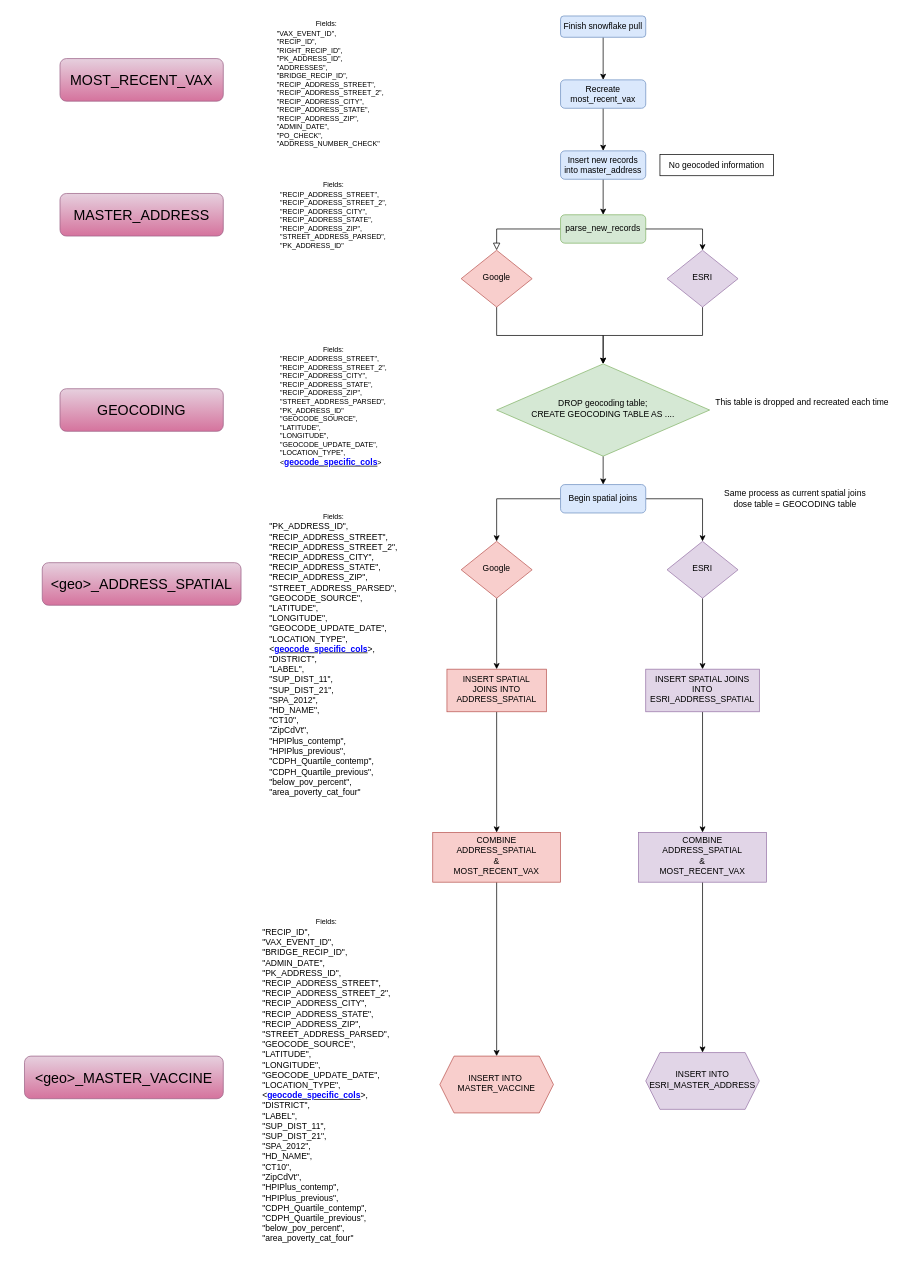
This is new_addy_diagram.drawio from Primordial-Haggis/LA_county_vax_etl_workflow, a draw.io file, before an edit. Source tidied: cells renumbered, new cells numbered last; positions are measured from the earlier drawing's top-left corner, leaving out a move shared by most shapes. Both pictures are drawn from the tidied source at 71%, with x=0, y=0 at pixel (24, 12).
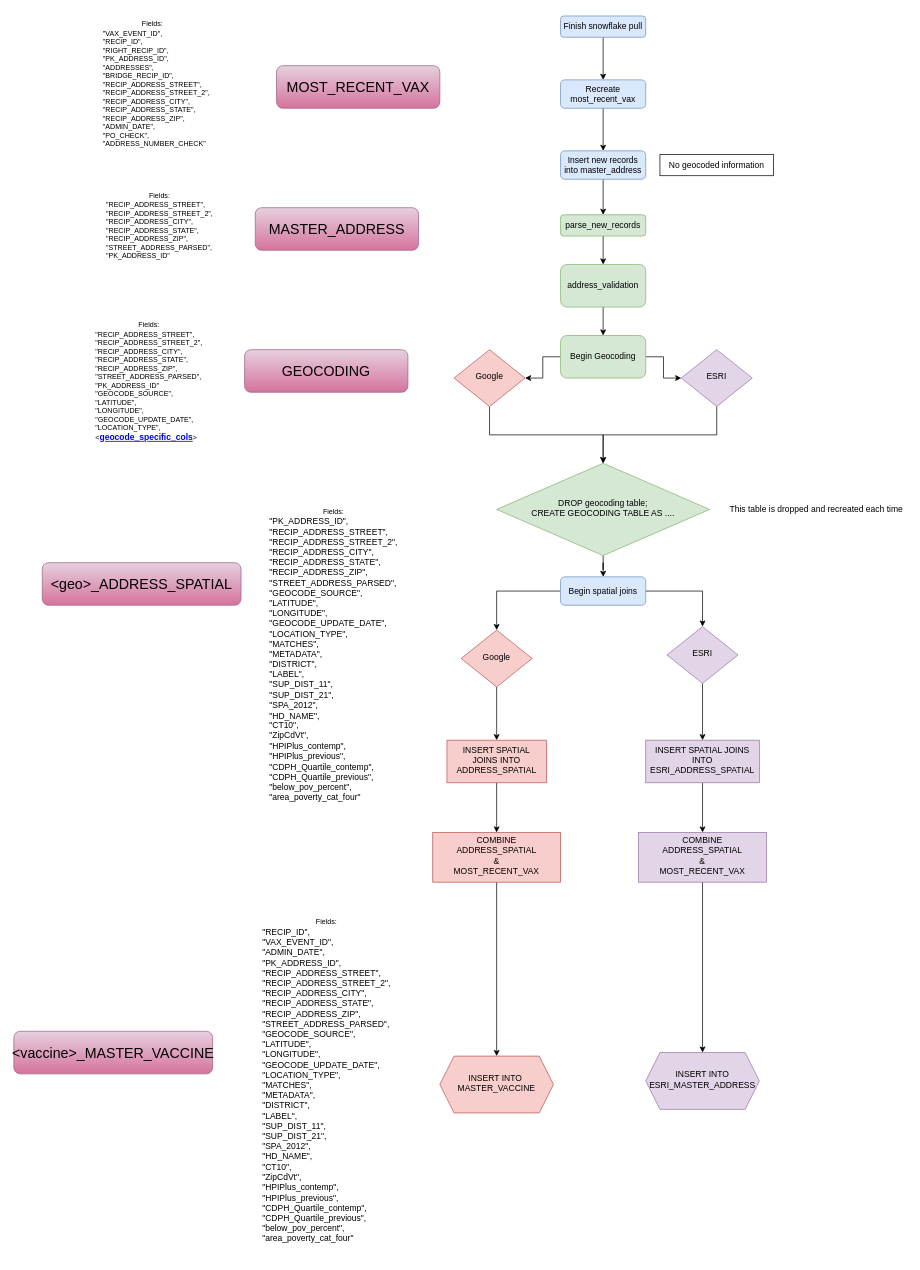
Above is the later version.

The edit, as a diff of the source:
```diff
@@
-    <mxCell id="2" style="rounded=0;html=1;jettySize=auto;fontSize=11;endArrow=block;endFill=0;endSize=8;strokeWidth=1;shadow=0;labelBackgroundColor=none;edgeStyle=orthogonalEdgeStyle;" parent="1" edge="1" source="3" target="5">
-      <mxGeometry relative="1" as="geometry" />
-    </mxCell>
+    <mxCell id="47" style="edgeStyle=orthogonalEdgeStyle;rounded=0;jettySize=auto;html=1;" parent="1" edge="1" source="3" target="49">
+      <mxGeometry relative="1" as="geometry" />
+    </mxCell>
     <mxCell id="3" value="parse_new_records" style="rounded=1;whiteSpace=wrap;html=1;fontSize=12;glass=0;strokeWidth=1;shadow=0;fillColor=#d5e8d4;strokeColor=#82b366;" parent="1" vertex="1">
-      <mxGeometry x="755" y="285" width="120" height="40" as="geometry" />
+      <mxGeometry x="755" y="285" width="120" height="30" as="geometry" />
     </mxCell>
@@
     <mxCell id="5" value="Google" style="rhombus;whiteSpace=wrap;html=1;shadow=0;fontFamily=Helvetica;fontSize=12;align=center;strokeWidth=1;spacing=6;spacingTop=-4;fillColor=#f8cecc;strokeColor=#b85450;" parent="1" vertex="1">
-      <mxGeometry x="615" y="335" width="100" height="80" as="geometry" />
+      <mxGeometry x="605" y="475" width="100" height="80" as="geometry" />
     </mxCell>
@@
     <mxCell id="7" value="DROP geocoding table;&lt;br&gt;CREATE GEOCODING TABLE AS ...." style="rhombus;whiteSpace=wrap;html=1;shadow=0;fontFamily=Helvetica;fontSize=12;align=center;strokeWidth=1;spacing=6;spacingTop=-4;fillColor=#d5e8d4;strokeColor=#82b366;" parent="1" vertex="1">
-      <mxGeometry x="665" y="495" width="300" height="130" as="geometry" />
+      <mxGeometry x="665" y="635" width="300" height="130" as="geometry" />
     </mxCell>
@@
     <mxCell id="10" value="Begin spatial joins" style="rounded=1;whiteSpace=wrap;html=1;fontSize=12;glass=0;strokeWidth=1;shadow=0;fillColor=#dae8fc;strokeColor=#6c8ebf;" parent="1" vertex="1">
-      <mxGeometry x="755" y="665" width="120" height="40" as="geometry" />
+      <mxGeometry x="755" y="795" width="120" height="40" as="geometry" />
     </mxCell>
@@
     <mxCell id="12" value="ESRI" style="rhombus;whiteSpace=wrap;html=1;shadow=0;fontFamily=Helvetica;fontSize=12;align=center;strokeWidth=1;spacing=6;spacingTop=-4;fillColor=#e1d5e7;strokeColor=#9673a6;" parent="1" vertex="1">
-      <mxGeometry x="905" y="335" width="100" height="80" as="geometry" />
+      <mxGeometry x="925" y="475" width="100" height="80" as="geometry" />
     </mxCell>
-    <mxCell id="13" style="edgeStyle=orthogonalEdgeStyle;rounded=0;jettySize=auto;html=1;exitX=1;exitY=0.5;exitDx=0;exitDy=0;entryX=0.5;entryY=0;entryDx=0;entryDy=0;" parent="1" edge="1" source="3" target="12">
-      <mxGeometry relative="1" as="geometry" />
-    </mxCell>
@@
     <mxCell id="22" value="Google" style="rhombus;whiteSpace=wrap;html=1;shadow=0;fontFamily=Helvetica;fontSize=12;align=center;strokeWidth=1;spacing=6;spacingTop=-4;fillColor=#f8cecc;strokeColor=#b85450;" parent="1" vertex="1">
-      <mxGeometry x="615" y="745" width="100" height="80" as="geometry" />
+      <mxGeometry x="615" y="870" width="100" height="80" as="geometry" />
     </mxCell>
@@
     <mxCell id="24" value="ESRI" style="rhombus;whiteSpace=wrap;html=1;shadow=0;fontFamily=Helvetica;fontSize=12;align=center;strokeWidth=1;spacing=6;spacingTop=-4;fillColor=#e1d5e7;strokeColor=#9673a6;" parent="1" vertex="1">
-      <mxGeometry x="905" y="745" width="100" height="80" as="geometry" />
+      <mxGeometry x="905" y="865" width="100" height="80" as="geometry" />
     </mxCell>
     <mxCell id="25" value="&lt;font style=&quot;font-size: 10px;&quot;&gt;Fields:&lt;br&gt;&lt;/font&gt;&lt;div style=&quot;text-align: left; font-size: 10px;&quot;&gt;&lt;font style=&quot;font-size: 10px;&quot;&gt;&quot;RECIP_ADDRESS_STREET&quot;,&lt;/font&gt;&lt;/div&gt;&lt;div style=&quot;text-align: left; font-size: 10px;&quot;&gt;&lt;font style=&quot;font-size: 10px;&quot;&gt;&quot;RECIP_ADDRESS_STREET_2&quot;,&lt;/font&gt;&lt;/div&gt;&lt;div style=&quot;text-align: left; font-size: 10px;&quot;&gt;&lt;font style=&quot;font-size: 10px;&quot;&gt;&quot;RECIP_ADDRESS_CITY&quot;,&lt;/font&gt;&lt;/div&gt;&lt;div style=&quot;text-align: left; font-size: 10px;&quot;&gt;&lt;font style=&quot;font-size: 10px;&quot;&gt;&quot;RECIP_ADDRESS_STATE&quot;,&lt;/font&gt;&lt;/div&gt;&lt;div style=&quot;text-align: left; font-size: 10px;&quot;&gt;&lt;font style=&quot;font-size: 10px;&quot;&gt;&quot;RECIP_ADDRESS_ZIP&quot;,&lt;/font&gt;&lt;/div&gt;&lt;div style=&quot;text-align: left; font-size: 10px;&quot;&gt;&lt;font style=&quot;font-size: 10px;&quot;&gt;&quot;STREET_ADDRESS_PARSED&quot;,&lt;/font&gt;&lt;/div&gt;&lt;div style=&quot;text-align: left; font-size: 10px;&quot;&gt;&lt;font style=&quot;font-size: 10px;&quot;&gt;&quot;PK_ADDRESS_ID&quot;&lt;/font&gt;&lt;/div&gt;" style="text;html=1;align=center;verticalAlign=middle;strokeColor=none;fillColor=none;" parent="1" vertex="1">
-      <mxGeometry x="345" y="230" width="180" height="110" as="geometry" />
+      <mxGeometry x="100" y="245" width="180" height="110" as="geometry" />
     </mxCell>
     <mxCell id="26" value="&lt;font style=&quot;font-size: 10px;&quot;&gt;Fields:&lt;br&gt;&lt;/font&gt;&lt;div style=&quot;text-align: left; font-size: 10px;&quot;&gt;&lt;font style=&quot;font-size: 10px;&quot;&gt;&quot;RECIP_ADDRESS_STREET&quot;,&lt;/font&gt;&lt;/div&gt;&lt;div style=&quot;text-align: left; font-size: 10px;&quot;&gt;&lt;font style=&quot;font-size: 10px;&quot;&gt;&quot;RECIP_ADDRESS_STREET_2&quot;,&lt;/font&gt;&lt;/div&gt;&lt;div style=&quot;text-align: left; font-size: 10px;&quot;&gt;&lt;font style=&quot;font-size: 10px;&quot;&gt;&quot;RECIP_ADDRESS_CITY&quot;,&lt;/font&gt;&lt;/div&gt;&lt;div style=&quot;text-align: left; font-size: 10px;&quot;&gt;&lt;font style=&quot;font-size: 10px;&quot;&gt;&quot;RECIP_ADDRESS_STATE&quot;,&lt;/font&gt;&lt;/div&gt;&lt;div style=&quot;text-align: left; font-size: 10px;&quot;&gt;&lt;font style=&quot;font-size: 10px;&quot;&gt;&quot;RECIP_ADDRESS_ZIP&quot;,&lt;/font&gt;&lt;/div&gt;&lt;div style=&quot;text-align: left; font-size: 10px;&quot;&gt;&lt;font style=&quot;font-size: 10px;&quot;&gt;&quot;STREET_ADDRESS_PARSED&quot;,&lt;/font&gt;&lt;/div&gt;&lt;div style=&quot;text-align: left; font-size: 10px;&quot;&gt;&lt;font style=&quot;font-size: 10px;&quot;&gt;&quot;PK_ADDRESS_ID&quot;&lt;/font&gt;&lt;/div&gt;&lt;div style=&quot;text-align: left;&quot;&gt;&lt;font style=&quot;&quot;&gt;&lt;div style=&quot;font-size: 10px;&quot;&gt;&quot;GEOCODE_SOURCE&quot;,&lt;/div&gt;&lt;div style=&quot;font-size: 10px;&quot;&gt;&quot;LATITUDE&quot;,&lt;/div&gt;&lt;div style=&quot;font-size: 10px;&quot;&gt;&quot;LONGITUDE&quot;,&lt;/div&gt;&lt;div style=&quot;font-size: 10px;&quot;&gt;&quot;GEOCODE_UPDATE_DATE&quot;,&lt;/div&gt;&lt;div style=&quot;font-size: 10px;&quot;&gt;&quot;LOCATION_TYPE&quot;,&lt;/div&gt;&lt;div style=&quot;&quot;&gt;&lt;span style=&quot;font-size: 10px;&quot;&gt;&amp;lt;&lt;/span&gt;&lt;b style=&quot;&quot;&gt;&lt;u style=&quot;&quot;&gt;&lt;font color=&quot;#0000ff&quot; style=&quot;font-size: 12px;&quot;&gt;geocode_specific_cols&lt;/font&gt;&lt;/u&gt;&lt;/b&gt;&lt;span style=&quot;font-size: 10px;&quot;&gt;&amp;gt;&lt;/span&gt;&lt;/div&gt;&lt;div style=&quot;font-size: 10px;&quot;&gt;&lt;br&gt;&lt;/div&gt;&lt;/font&gt;&lt;/div&gt;" style="text;html=1;align=center;verticalAlign=middle;strokeColor=none;fillColor=none;" parent="1" vertex="1">
-      <mxGeometry x="345" y="460" width="180" height="200" as="geometry" />
+      <mxGeometry x="85" y="425" width="180" height="200" as="geometry" />
     </mxCell>
-    <mxCell id="27" value="&lt;font style=&quot;font-size: 12px;&quot;&gt;Same process as current spatial joins&lt;br&gt;dose table = GEOCODING table&lt;/font&gt;" style="text;html=1;align=center;verticalAlign=middle;strokeColor=none;fillColor=none;fontSize=10;" parent="1" vertex="1">
-      <mxGeometry x="975" y="665" width="220" height="40" as="geometry" />
-    </mxCell>
@@
     <mxCell id="29" value="INSERT SPATIAL JOINS INTO ADDRESS_SPATIAL" style="whiteSpace=wrap;html=1;fillColor=#f8cecc;strokeColor=#b85450;shadow=0;strokeWidth=1;spacing=6;spacingTop=-4;" parent="1" vertex="1">
-      <mxGeometry x="595" y="925" width="140" height="60" as="geometry" />
+      <mxGeometry x="595" y="1025" width="140" height="60" as="geometry" />
     </mxCell>
@@
     <mxCell id="31" value="INSERT SPATIAL JOINS INTO ESRI_ADDRESS_SPATIAL" style="whiteSpace=wrap;html=1;fillColor=#e1d5e7;strokeColor=#9673a6;shadow=0;strokeWidth=1;spacing=6;spacingTop=-4;" parent="1" vertex="1">
-      <mxGeometry x="875" y="925" width="160" height="60" as="geometry" />
+      <mxGeometry x="875" y="1025" width="160" height="60" as="geometry" />
     </mxCell>
-    <mxCell id="32" value="&lt;font style=&quot;font-size: 10px;&quot;&gt;Fields:&lt;br&gt;&lt;/font&gt;&lt;div style=&quot;text-align: left;&quot;&gt;&lt;div&gt;&quot;RECIP_ID&quot;,&lt;/div&gt;&lt;div&gt;&quot;VAX_EVENT_ID&quot;,&lt;/div&gt;&lt;div&gt;&quot;BRIDGE_RECIP_ID&quot;,&lt;/div&gt;&lt;div&gt;&quot;ADMIN_DATE&quot;,&lt;/div&gt;&lt;div&gt;&quot;PK_ADDRESS_ID&quot;,&lt;/div&gt;&lt;div&gt;&quot;RECIP_ADDRESS_STREET&quot;,&lt;/div&gt;&lt;div&gt;&quot;RECIP_ADDRESS_STREET_2&quot;,&lt;/div&gt;&lt;div&gt;&quot;RECIP_ADDRESS_CITY&quot;,&lt;/div&gt;&lt;div&gt;&quot;RECIP_ADDRESS_STATE&quot;,&lt;/div&gt;&lt;div&gt;&quot;RECIP_ADDRESS_ZIP&quot;,&lt;/div&gt;&lt;div&gt;&quot;STREET_ADDRESS_PARSED&quot;,&lt;/div&gt;&lt;div&gt;&quot;GEOCODE_SOURCE&quot;,&lt;/div&gt;&lt;div&gt;&quot;LATITUDE&quot;,&lt;/div&gt;&lt;div&gt;&quot;LONGITUDE&quot;,&lt;/div&gt;&lt;div&gt;&quot;GEOCODE_UPDATE_DATE&quot;,&lt;/div&gt;&lt;div&gt;&quot;LOCATION_TYPE&quot;,&lt;/div&gt;&lt;div&gt;&lt;span style=&quot;background-color: initial;&quot;&gt;&amp;lt;&lt;b&gt;&lt;u style=&quot;&quot;&gt;&lt;font style=&quot;font-size: 12px;&quot; color=&quot;#0000ff&quot;&gt;geocode_specific_cols&lt;/font&gt;&lt;/u&gt;&lt;/b&gt;&amp;gt;&lt;/span&gt;,&lt;/div&gt;&lt;div&gt;&quot;DISTRICT&quot;,&lt;/div&gt;&lt;div&gt;&quot;LABEL&quot;,&lt;/div&gt;&lt;div&gt;&quot;SUP_DIST_11&quot;,&lt;/div&gt;&lt;div&gt;&quot;SUP_DIST_21&quot;,&lt;/div&gt;&lt;div&gt;&quot;SPA_2012&quot;,&lt;/div&gt;&lt;div&gt;&quot;HD_NAME&quot;,&lt;/div&gt;&lt;div&gt;&quot;CT10&quot;,&lt;/div&gt;&lt;div&gt;&quot;ZipCdVt&quot;,&lt;/div&gt;&lt;div&gt;&quot;HPIPlus_contemp&quot;,&lt;/div&gt;&lt;div&gt;&quot;HPIPlus_previous&quot;,&lt;/div&gt;&lt;div&gt;&quot;CDPH_Quartile_contemp&quot;,&lt;/div&gt;&lt;div&gt;&quot;CDPH_Quartile_previous&quot;,&lt;/div&gt;&lt;div&gt;&quot;below_pov_percent&quot;,&lt;/div&gt;&lt;div&gt;&quot;area_poverty_cat_four&quot;&lt;/div&gt;&lt;/div&gt;&lt;div style=&quot;text-align: left; font-size: 10px;&quot;&gt;&lt;font style=&quot;font-size: 10px;&quot;&gt;&lt;div&gt;&lt;br&gt;&lt;/div&gt;&lt;/font&gt;&lt;/div&gt;" style="text;html=1;align=center;verticalAlign=middle;strokeColor=none;fillColor=none;" parent="1" vertex="1">
+    <mxCell id="32" value="&lt;font style=&quot;font-size: 10px;&quot;&gt;Fields:&lt;br&gt;&lt;/font&gt;&lt;div style=&quot;text-align: left;&quot;&gt;&lt;div&gt;&quot;RECIP_ID&quot;,&lt;/div&gt;&lt;div&gt;&quot;VAX_EVENT_ID&quot;,&lt;/div&gt;&lt;div&gt;&quot;ADMIN_DATE&quot;,&lt;/div&gt;&lt;div&gt;&quot;PK_ADDRESS_ID&quot;,&lt;/div&gt;&lt;div&gt;&quot;RECIP_ADDRESS_STREET&quot;,&lt;/div&gt;&lt;div&gt;&quot;RECIP_ADDRESS_STREET_2&quot;,&lt;/div&gt;&lt;div&gt;&quot;RECIP_ADDRESS_CITY&quot;,&lt;/div&gt;&lt;div&gt;&quot;RECIP_ADDRESS_STATE&quot;,&lt;/div&gt;&lt;div&gt;&quot;RECIP_ADDRESS_ZIP&quot;,&lt;/div&gt;&lt;div&gt;&quot;STREET_ADDRESS_PARSED&quot;,&lt;/div&gt;&lt;div&gt;&quot;GEOCODE_SOURCE&quot;,&lt;/div&gt;&lt;div&gt;&quot;LATITUDE&quot;,&lt;/div&gt;&lt;div&gt;&quot;LONGITUDE&quot;,&lt;/div&gt;&lt;div&gt;&quot;GEOCODE_UPDATE_DATE&quot;,&lt;/div&gt;&lt;div&gt;&quot;LOCATION_TYPE&quot;,&lt;/div&gt;&lt;div&gt;&quot;MATCHES&quot;,&lt;/div&gt;&lt;div&gt;&quot;METADATA&quot;,&lt;/div&gt;&lt;div&gt;&quot;DISTRICT&quot;,&lt;/div&gt;&lt;div&gt;&quot;LABEL&quot;,&lt;/div&gt;&lt;div&gt;&quot;SUP_DIST_11&quot;,&lt;/div&gt;&lt;div&gt;&quot;SUP_DIST_21&quot;,&lt;/div&gt;&lt;div&gt;&quot;SPA_2012&quot;,&lt;/div&gt;&lt;div&gt;&quot;HD_NAME&quot;,&lt;/div&gt;&lt;div&gt;&quot;CT10&quot;,&lt;/div&gt;&lt;div&gt;&quot;ZipCdVt&quot;,&lt;/div&gt;&lt;div&gt;&quot;HPIPlus_contemp&quot;,&lt;/div&gt;&lt;div&gt;&quot;HPIPlus_previous&quot;,&lt;/div&gt;&lt;div&gt;&quot;CDPH_Quartile_contemp&quot;,&lt;/div&gt;&lt;div&gt;&quot;CDPH_Quartile_previous&quot;,&lt;/div&gt;&lt;div&gt;&quot;below_pov_percent&quot;,&lt;/div&gt;&lt;div&gt;&quot;area_poverty_cat_four&quot;&lt;/div&gt;&lt;/div&gt;&lt;div style=&quot;text-align: left; font-size: 10px;&quot;&gt;&lt;font style=&quot;font-size: 10px;&quot;&gt;&lt;div&gt;&lt;br&gt;&lt;/div&gt;&lt;/font&gt;&lt;/div&gt;" style="text;html=1;align=center;verticalAlign=middle;strokeColor=none;fillColor=none;" parent="1" vertex="1">
       <mxGeometry x="325" y="1265" width="200" height="490" as="geometry" />
     </mxCell>
     <mxCell id="33" value="&lt;font color=&quot;#000000&quot;&gt;MASTER_ADDRESS&lt;/font&gt;" style="rounded=1;whiteSpace=wrap;html=1;fontSize=20;fillColor=#e6d0de;gradientColor=#d5739d;strokeColor=#996185;" parent="1" vertex="1">
-      <mxGeometry x="50" y="255" width="230" height="60" as="geometry" />
+      <mxGeometry x="325" y="275" width="230" height="60" as="geometry" />
     </mxCell>
     <mxCell id="34" value="&lt;font color=&quot;#000000&quot;&gt;GEOCODING&lt;/font&gt;" style="rounded=1;whiteSpace=wrap;html=1;fontSize=20;fillColor=#e6d0de;gradientColor=#d5739d;strokeColor=#996185;" parent="1" vertex="1">
-      <mxGeometry x="50" y="530" width="230" height="60" as="geometry" />
+      <mxGeometry x="310" y="475" width="230" height="60" as="geometry" />
     </mxCell>
-    <mxCell id="35" value="&lt;font style=&quot;font-size: 10px;&quot;&gt;Fields:&lt;br&gt;&lt;/font&gt;&lt;div style=&quot;text-align: left;&quot;&gt;&lt;div&gt;&lt;span style=&quot;background-color: initial;&quot;&gt;&quot;PK_ADDRESS_ID&quot;,&lt;/span&gt;&lt;br&gt;&lt;/div&gt;&lt;div&gt;&quot;RECIP_ADDRESS_STREET&quot;,&lt;/div&gt;&lt;div&gt;&quot;RECIP_ADDRESS_STREET_2&quot;,&lt;/div&gt;&lt;div&gt;&quot;RECIP_ADDRESS_CITY&quot;,&lt;/div&gt;&lt;div&gt;&quot;RECIP_ADDRESS_STATE&quot;,&lt;/div&gt;&lt;div&gt;&quot;RECIP_ADDRESS_ZIP&quot;,&lt;/div&gt;&lt;div&gt;&quot;STREET_ADDRESS_PARSED&quot;,&lt;/div&gt;&lt;div&gt;&quot;GEOCODE_SOURCE&quot;,&lt;/div&gt;&lt;div&gt;&quot;LATITUDE&quot;,&lt;/div&gt;&lt;div&gt;&quot;LONGITUDE&quot;,&lt;/div&gt;&lt;div&gt;&quot;GEOCODE_UPDATE_DATE&quot;,&lt;/div&gt;&lt;div&gt;&quot;LOCATION_TYPE&quot;,&lt;/div&gt;&lt;div&gt;&lt;span style=&quot;background-color: initial;&quot;&gt;&amp;lt;&lt;b&gt;&lt;u style=&quot;&quot;&gt;&lt;font style=&quot;font-size: 12px;&quot; color=&quot;#0000ff&quot;&gt;geocode_specific_cols&lt;/font&gt;&lt;/u&gt;&lt;/b&gt;&amp;gt;&lt;/span&gt;,&lt;/div&gt;&lt;div&gt;&quot;DISTRICT&quot;,&lt;/div&gt;&lt;div&gt;&quot;LABEL&quot;,&lt;/div&gt;&lt;div&gt;&quot;SUP_DIST_11&quot;,&lt;/div&gt;&lt;div&gt;&quot;SUP_DIST_21&quot;,&lt;/div&gt;&lt;div&gt;&quot;SPA_2012&quot;,&lt;/div&gt;&lt;div&gt;&quot;HD_NAME&quot;,&lt;/div&gt;&lt;div&gt;&quot;CT10&quot;,&lt;/div&gt;&lt;div&gt;&quot;ZipCdVt&quot;,&lt;/div&gt;&lt;div&gt;&quot;HPIPlus_contemp&quot;,&lt;/div&gt;&lt;div&gt;&quot;HPIPlus_previous&quot;,&lt;/div&gt;&lt;div&gt;&quot;CDPH_Quartile_contemp&quot;,&lt;/div&gt;&lt;div&gt;&quot;CDPH_Quartile_previous&quot;,&lt;/div&gt;&lt;div&gt;&quot;below_pov_percent&quot;,&lt;/div&gt;&lt;div&gt;&quot;area_poverty_cat_four&quot;&lt;/div&gt;&lt;/div&gt;&lt;div style=&quot;text-align: left; font-size: 10px;&quot;&gt;&lt;font style=&quot;font-size: 10px;&quot;&gt;&lt;div&gt;&lt;br&gt;&lt;/div&gt;&lt;/font&gt;&lt;/div&gt;" style="text;html=1;align=center;verticalAlign=middle;strokeColor=none;fillColor=none;" parent="1" vertex="1">
-      <mxGeometry x="335" y="695" width="200" height="430" as="geometry" />
+    <mxCell id="35" value="&lt;font style=&quot;font-size: 10px;&quot;&gt;Fields:&lt;br&gt;&lt;/font&gt;&lt;div style=&quot;text-align: left;&quot;&gt;&lt;div&gt;&lt;span style=&quot;background-color: initial;&quot;&gt;&quot;PK_ADDRESS_ID&quot;,&lt;/span&gt;&lt;br&gt;&lt;/div&gt;&lt;div&gt;&quot;RECIP_ADDRESS_STREET&quot;,&lt;/div&gt;&lt;div&gt;&quot;RECIP_ADDRESS_STREET_2&quot;,&lt;/div&gt;&lt;div&gt;&quot;RECIP_ADDRESS_CITY&quot;,&lt;/div&gt;&lt;div&gt;&quot;RECIP_ADDRESS_STATE&quot;,&lt;/div&gt;&lt;div&gt;&quot;RECIP_ADDRESS_ZIP&quot;,&lt;/div&gt;&lt;div&gt;&quot;STREET_ADDRESS_PARSED&quot;,&lt;/div&gt;&lt;div&gt;&quot;GEOCODE_SOURCE&quot;,&lt;/div&gt;&lt;div&gt;&quot;LATITUDE&quot;,&lt;/div&gt;&lt;div&gt;&quot;LONGITUDE&quot;,&lt;/div&gt;&lt;div&gt;&quot;GEOCODE_UPDATE_DATE&quot;,&lt;/div&gt;&lt;div&gt;&quot;LOCATION_TYPE&quot;,&lt;/div&gt;&lt;div&gt;&quot;MATCHES&quot;,&lt;/div&gt;&lt;div&gt;&quot;METADATA&quot;,&lt;/div&gt;&lt;div&gt;&quot;DISTRICT&quot;,&lt;/div&gt;&lt;div&gt;&quot;LABEL&quot;,&lt;/div&gt;&lt;div&gt;&quot;SUP_DIST_11&quot;,&lt;/div&gt;&lt;div&gt;&quot;SUP_DIST_21&quot;,&lt;/div&gt;&lt;div&gt;&quot;SPA_2012&quot;,&lt;/div&gt;&lt;div&gt;&quot;HD_NAME&quot;,&lt;/div&gt;&lt;div&gt;&quot;CT10&quot;,&lt;/div&gt;&lt;div&gt;&quot;ZipCdVt&quot;,&lt;/div&gt;&lt;div&gt;&quot;HPIPlus_contemp&quot;,&lt;/div&gt;&lt;div&gt;&quot;HPIPlus_previous&quot;,&lt;/div&gt;&lt;div&gt;&quot;CDPH_Quartile_contemp&quot;,&lt;/div&gt;&lt;div&gt;&quot;CDPH_Quartile_previous&quot;,&lt;/div&gt;&lt;div&gt;&quot;below_pov_percent&quot;,&lt;/div&gt;&lt;div&gt;&quot;area_poverty_cat_four&quot;&lt;/div&gt;&lt;/div&gt;&lt;div style=&quot;text-align: left; font-size: 10px;&quot;&gt;&lt;font style=&quot;font-size: 10px;&quot;&gt;&lt;div&gt;&lt;br&gt;&lt;/div&gt;&lt;/font&gt;&lt;/div&gt;" style="text;html=1;align=center;verticalAlign=middle;strokeColor=none;fillColor=none;" parent="1" vertex="1">
+      <mxGeometry x="335" y="690" width="200" height="440" as="geometry" />
     </mxCell>
@@
-    <mxCell id="37" value="&lt;font color=&quot;#000000&quot;&gt;&amp;lt;geo&amp;gt;_MASTER_VACCINE&lt;/font&gt;" style="rounded=1;whiteSpace=wrap;html=1;fontSize=20;fillColor=#e6d0de;gradientColor=#d5739d;strokeColor=#996185;" parent="1" vertex="1">
-      <mxGeometry y="1470" width="280" height="60" as="geometry" />
+    <mxCell id="37" value="&lt;font color=&quot;#000000&quot;&gt;&amp;lt;vaccine&amp;gt;_MASTER_VACCINE&lt;/font&gt;" style="rounded=1;whiteSpace=wrap;html=1;fontSize=20;fillColor=#e6d0de;gradientColor=#d5739d;strokeColor=#996185;" parent="1" vertex="1">
+      <mxGeometry x="-15" y="1435" width="280" height="60" as="geometry" />
     </mxCell>
     <mxCell id="38" value="&lt;font style=&quot;font-size: 10px;&quot;&gt;Fields:&lt;br&gt;&lt;/font&gt;&lt;div style=&quot;text-align: left; font-size: 10px;&quot;&gt;&lt;div&gt;&amp;nbsp; &amp;nbsp; &quot;VAX_EVENT_ID&quot;,&lt;/div&gt;&lt;div&gt;&amp;nbsp; &amp;nbsp; &quot;RECIP_ID&quot;,&lt;/div&gt;&lt;div&gt;&amp;nbsp; &amp;nbsp; &quot;RIGHT_RECIP_ID&quot;,&lt;/div&gt;&lt;div&gt;&amp;nbsp; &amp;nbsp; &quot;PK_ADDRESS_ID&quot;,&lt;/div&gt;&lt;div&gt;&amp;nbsp; &amp;nbsp; &quot;ADDRESSES&quot;,&lt;/div&gt;&lt;div&gt;&amp;nbsp; &amp;nbsp; &quot;BRIDGE_RECIP_ID&quot;,&lt;/div&gt;&lt;div&gt;&amp;nbsp; &amp;nbsp; &quot;RECIP_ADDRESS_STREET&quot;,&lt;/div&gt;&lt;div&gt;&amp;nbsp; &amp;nbsp; &quot;RECIP_ADDRESS_STREET_2&quot;,&lt;/div&gt;&lt;div&gt;&amp;nbsp; &amp;nbsp; &quot;RECIP_ADDRESS_CITY&quot;,&lt;/div&gt;&lt;div&gt;&amp;nbsp; &amp;nbsp; &quot;RECIP_ADDRESS_STATE&quot;,&lt;/div&gt;&lt;div&gt;&amp;nbsp; &amp;nbsp; &quot;RECIP_ADDRESS_ZIP&quot;,&lt;/div&gt;&lt;div&gt;&amp;nbsp; &amp;nbsp; &quot;ADMIN_DATE&quot;,&lt;/div&gt;&lt;div&gt;&amp;nbsp; &amp;nbsp; &quot;PO_CHECK&quot;,&lt;/div&gt;&lt;div&gt;&amp;nbsp; &amp;nbsp; &quot;ADDRESS_NUMBER_CHECK&quot;&lt;/div&gt;&lt;/div&gt;" style="text;html=1;align=center;verticalAlign=middle;strokeColor=none;fillColor=none;" parent="1" vertex="1">
-      <mxGeometry x="330" width="190" height="200" as="geometry" />
+      <mxGeometry x="85" width="190" height="200" as="geometry" />
     </mxCell>
     <mxCell id="39" value="&lt;font color=&quot;#000000&quot;&gt;MOST_RECENT_VAX&lt;/font&gt;" style="rounded=1;whiteSpace=wrap;html=1;fontSize=20;fillColor=#e6d0de;gradientColor=#d5739d;strokeColor=#996185;" parent="1" vertex="1">
-      <mxGeometry x="50" y="65" width="230" height="60" as="geometry" />
+      <mxGeometry x="355" y="75" width="230" height="60" as="geometry" />
     </mxCell>
@@
     <mxCell id="46" value="&lt;span style=&quot;font-size: 12px;&quot;&gt;This table is dropped and recreated each time&lt;/span&gt;" style="text;html=1;align=center;verticalAlign=middle;strokeColor=none;fillColor=none;fontSize=10;" parent="1" vertex="1">
-      <mxGeometry x="965" y="535" width="260" height="30" as="geometry" />
+      <mxGeometry x="985" y="685" width="260" height="30" as="geometry" />
     </mxCell>
+    <mxCell id="48" style="edgeStyle=orthogonalEdgeStyle;rounded=0;jettySize=auto;html=1;" parent="1" edge="1" source="49" target="52">
+      <mxGeometry relative="1" as="geometry" />
+    </mxCell>
+    <mxCell id="49" value="address_validation" style="whiteSpace=wrap;html=1;fillColor=#d5e8d4;strokeColor=#82b366;rounded=1;glass=0;strokeWidth=1;shadow=0;" parent="1" vertex="1">
+      <mxGeometry x="755" y="355" width="120" height="60" as="geometry" />
+    </mxCell>
+    <mxCell id="50" style="edgeStyle=orthogonalEdgeStyle;rounded=0;jettySize=auto;html=1;" parent="1" edge="1" source="52" target="5">
+      <mxGeometry relative="1" as="geometry" />
+    </mxCell>
+    <mxCell id="51" style="edgeStyle=orthogonalEdgeStyle;rounded=0;jettySize=auto;html=1;" parent="1" edge="1" source="52" target="12">
+      <mxGeometry relative="1" as="geometry" />
+    </mxCell>
+    <mxCell id="52" value="Begin Geocoding" style="whiteSpace=wrap;html=1;fillColor=#d5e8d4;strokeColor=#82b366;rounded=1;glass=0;strokeWidth=1;shadow=0;" parent="1" vertex="1">
+      <mxGeometry x="755" y="455" width="120" height="60" as="geometry" />
+    </mxCell>
```
